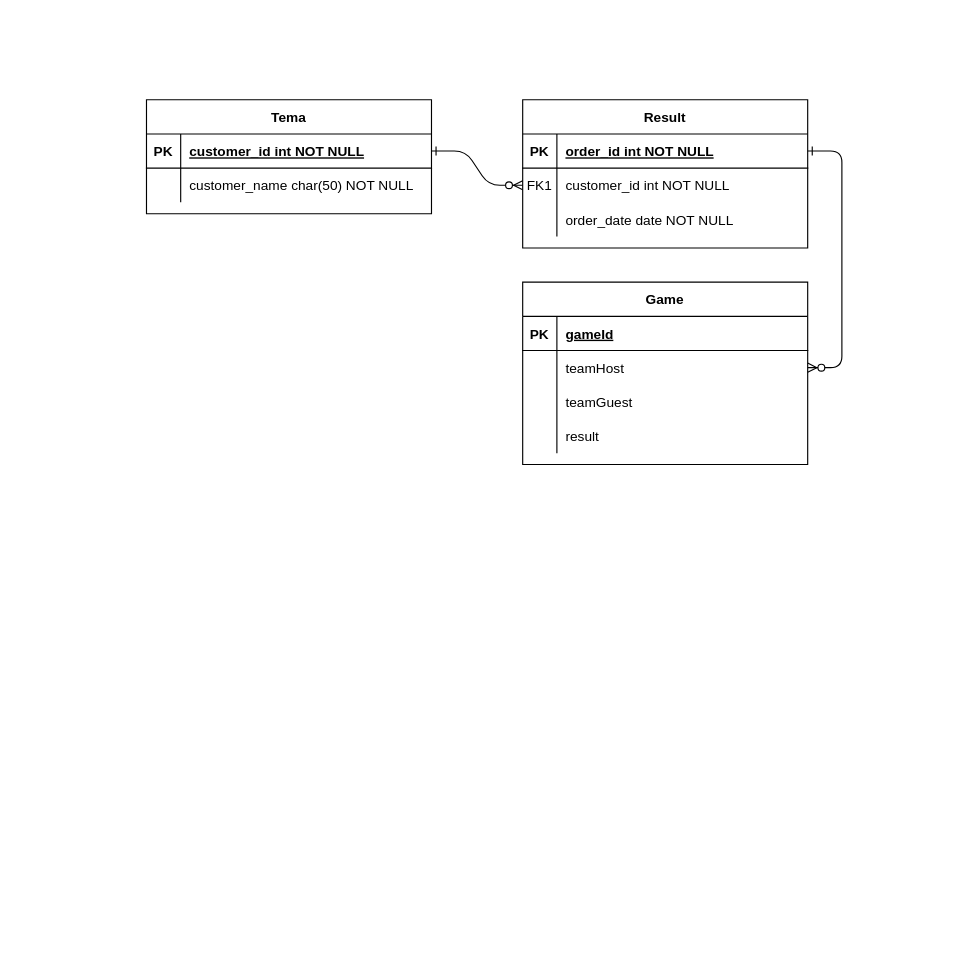
Earlier version of the draw.io diagram src/assets/Диаграмма без названия.drawio (TonyG89/VUE_TAILWIND_footballweekend). Source tidied: cells renumbered, new cells numbered last; positions are measured from the earlier drawing's top-left corner, leaving out a move shared by most shapes. Both pictures are drawn from the tidied source at 114%, with x=0, y=0 at pixel (146, 99).
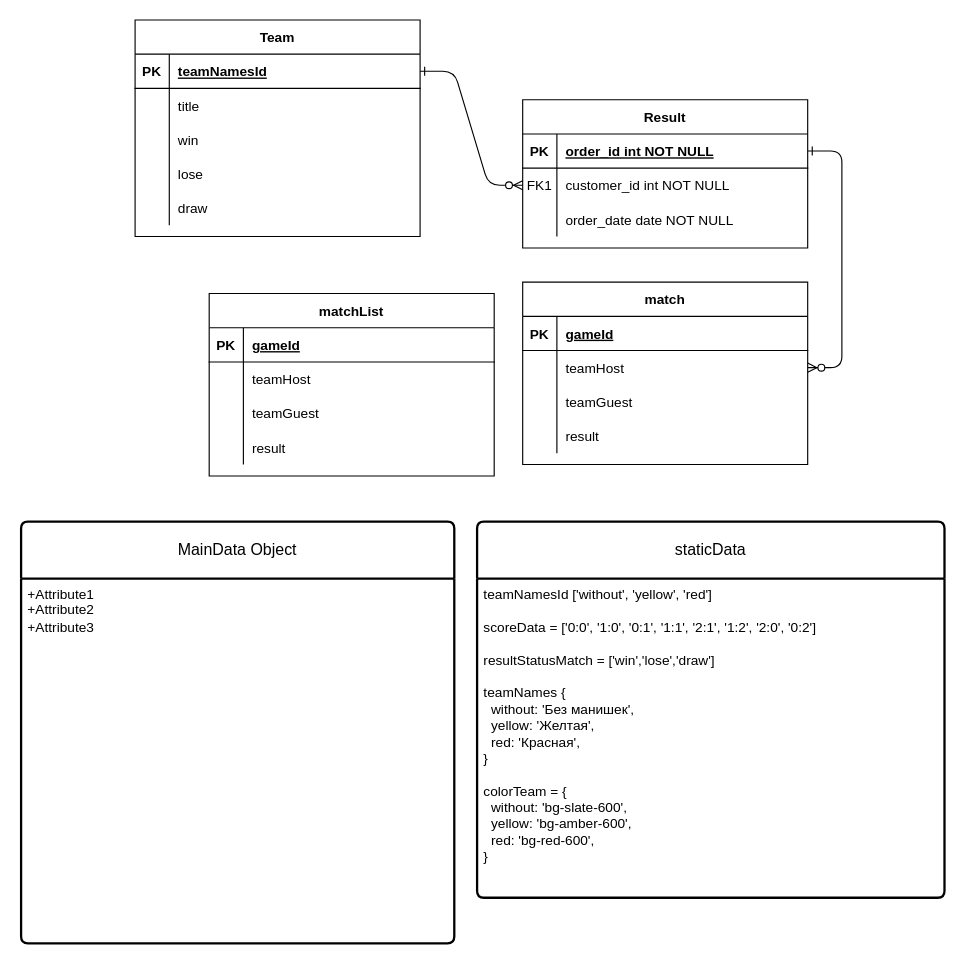
The same diagram, later.

The change refers to these unchanged cells:
```xml
<mxCell id="28" style="shape=partialRectangle;fillColor=none;points=[[0,0.5],[1,0.5]];portConstraint=eastwest;top=0;left=0;right=0;bottom=1;" parent="27" vertex="1">
  <mxGeometry y="30" width="250" height="30" as="geometry" />
</mxCell>
<mxCell id="31" style="shape=partialRectangle;fillColor=none;top=0;left=0;right=0;bottom=0;" parent="27" vertex="1">
  <mxGeometry y="60" width="250" height="30" as="geometry" />
</mxCell>
```

What changed in the source:
```diff
@@
-    <mxCell id="14" value="Game" style="shape=table;startSize=30;childLayout=tableLayout;rowLines=0;fontStyle=1;align=center;" parent="1" vertex="1">
+    <mxCell id="14" value="match" style="shape=table;startSize=30;childLayout=tableLayout;rowLines=0;fontStyle=1;align=center;" parent="1" vertex="1">
       <mxGeometry x="330" y="160" width="250" height="160" as="geometry" />
     </mxCell>
@@
-    <mxCell id="27" value="Tema" style="shape=table;startSize=30;childLayout=tableLayout;rowLines=0;fontStyle=1;align=center;" parent="1" vertex="1">
-      <mxGeometry width="250" height="100" as="geometry" />
+    <mxCell id="27" value="Team" style="shape=table;startSize=30;childLayout=tableLayout;rowLines=0;fontStyle=1;align=center;" parent="1" vertex="1">
+      <mxGeometry x="-10" y="-70" width="250" height="190" as="geometry" />
     </mxCell>
@@
-    <mxCell id="30" value="customer_id int NOT NULL " style="shape=partialRectangle;overflow=hidden;fillColor=none;top=0;left=0;bottom=0;right=0;align=left;spacingLeft=6;fontStyle=5;" parent="28" vertex="1">
+    <mxCell id="30" value="teamNamesId" style="shape=partialRectangle;overflow=hidden;fillColor=none;top=0;left=0;bottom=0;right=0;align=left;spacingLeft=6;fontStyle=5;" parent="28" vertex="1">
       <mxGeometry x="30" width="220" height="30" as="geometry" />
     </mxCell>
@@
-    <mxCell id="33" value="customer_name char(50) NOT NULL" style="shape=partialRectangle;overflow=hidden;fillColor=none;top=0;left=0;bottom=0;right=0;align=left;spacingLeft=6;" parent="31" vertex="1">
+    <mxCell id="33" value="title" style="shape=partialRectangle;overflow=hidden;fillColor=none;top=0;left=0;bottom=0;right=0;align=left;spacingLeft=6;" parent="31" vertex="1">
       <mxGeometry x="30" width="220" height="30" as="geometry" />
     </mxCell>
+    <mxCell id="34" style="shape=partialRectangle;fillColor=none;top=0;left=0;right=0;bottom=0;" parent="27" vertex="1">
+      <mxGeometry y="90" width="250" height="30" as="geometry" />
+    </mxCell>
+    <mxCell id="35" style="shape=partialRectangle;overflow=hidden;fillColor=none;top=0;left=0;bottom=0;right=0;" parent="34" vertex="1">
+      <mxGeometry width="30" height="30" as="geometry" />
+    </mxCell>
+    <mxCell id="36" value="win" style="shape=partialRectangle;overflow=hidden;fillColor=none;top=0;left=0;bottom=0;right=0;align=left;spacingLeft=6;" parent="34" vertex="1">
+      <mxGeometry x="30" width="220" height="30" as="geometry" />
+    </mxCell>
+    <mxCell id="37" style="shape=partialRectangle;fillColor=none;top=0;left=0;right=0;bottom=0;" parent="27" vertex="1">
+      <mxGeometry y="120" width="250" height="30" as="geometry" />
+    </mxCell>
+    <mxCell id="38" style="shape=partialRectangle;overflow=hidden;fillColor=none;top=0;left=0;bottom=0;right=0;" parent="37" vertex="1">
+      <mxGeometry width="30" height="30" as="geometry" />
+    </mxCell>
+    <mxCell id="39" value="lose" style="shape=partialRectangle;overflow=hidden;fillColor=none;top=0;left=0;bottom=0;right=0;align=left;spacingLeft=6;" parent="37" vertex="1">
+      <mxGeometry x="30" width="220" height="30" as="geometry" />
+    </mxCell>
+    <mxCell id="40" style="shape=partialRectangle;fillColor=none;top=0;left=0;right=0;bottom=0;" parent="27" vertex="1">
+      <mxGeometry y="150" width="250" height="30" as="geometry" />
+    </mxCell>
+    <mxCell id="41" style="shape=partialRectangle;overflow=hidden;fillColor=none;top=0;left=0;bottom=0;right=0;" parent="40" vertex="1">
+      <mxGeometry width="30" height="30" as="geometry" />
+    </mxCell>
+    <mxCell id="42" value="draw" style="shape=partialRectangle;overflow=hidden;fillColor=none;top=0;left=0;bottom=0;right=0;align=left;spacingLeft=6;" parent="40" vertex="1">
+      <mxGeometry x="30" width="220" height="30" as="geometry" />
+    </mxCell>
+    <mxCell id="43" value="matchList" style="shape=table;startSize=30;childLayout=tableLayout;rowLines=0;fontStyle=1;align=center;" parent="1" vertex="1">
+      <mxGeometry x="55" y="170" width="250" height="160" as="geometry" />
+    </mxCell>
+    <mxCell id="44" style="shape=partialRectangle;fillColor=none;top=0;left=0;right=0;bottom=1;" parent="43" vertex="1">
+      <mxGeometry y="30" width="250" height="30" as="geometry" />
+    </mxCell>
+    <mxCell id="45" value="PK" style="shape=partialRectangle;overflow=hidden;fillColor=none;top=0;left=0;bottom=0;right=0;fontStyle=1;" parent="44" vertex="1">
+      <mxGeometry width="30" height="30" as="geometry" />
+    </mxCell>
+    <mxCell id="46" value="gameId" style="shape=partialRectangle;overflow=hidden;fillColor=none;top=0;left=0;bottom=0;right=0;align=left;spacingLeft=6;fontStyle=5;" parent="44" vertex="1">
+      <mxGeometry x="30" width="220" height="30" as="geometry" />
+    </mxCell>
+    <mxCell id="47" style="shape=partialRectangle;fillColor=none;top=0;left=0;right=0;bottom=0;" parent="43" vertex="1">
+      <mxGeometry y="60" width="250" height="30" as="geometry" />
+    </mxCell>
+    <mxCell id="48" style="shape=partialRectangle;overflow=hidden;fillColor=none;top=0;left=0;bottom=0;right=0;" parent="47" vertex="1">
+      <mxGeometry width="30" height="30" as="geometry" />
+    </mxCell>
+    <mxCell id="49" value="teamHost" style="shape=partialRectangle;overflow=hidden;fillColor=none;top=0;left=0;bottom=0;right=0;align=left;spacingLeft=6;" parent="47" vertex="1">
+      <mxGeometry x="30" width="220" height="30" as="geometry" />
+    </mxCell>
+    <mxCell id="50" style="shape=partialRectangle;fillColor=none;top=0;left=0;right=0;bottom=0;" parent="43" vertex="1">
+      <mxGeometry y="90" width="250" height="30" as="geometry" />
+    </mxCell>
+    <mxCell id="51" style="shape=partialRectangle;overflow=hidden;fillColor=none;top=0;left=0;bottom=0;right=0;" parent="50" vertex="1">
+      <mxGeometry width="30" height="30" as="geometry" />
+    </mxCell>
+    <mxCell id="52" value="teamGuest" style="shape=partialRectangle;overflow=hidden;fillColor=none;top=0;left=0;bottom=0;right=0;align=left;spacingLeft=6;" parent="50" vertex="1">
+      <mxGeometry x="30" width="220" height="30" as="geometry" />
+    </mxCell>
+    <mxCell id="53" style="shape=partialRectangle;fillColor=none;top=0;left=0;right=0;bottom=0;" parent="43" vertex="1">
+      <mxGeometry y="120" width="250" height="30" as="geometry" />
+    </mxCell>
+    <mxCell id="54" style="shape=partialRectangle;overflow=hidden;fillColor=none;top=0;left=0;bottom=0;right=0;" parent="53" vertex="1">
+      <mxGeometry width="30" height="30" as="geometry" />
+    </mxCell>
+    <mxCell id="55" value="result" style="shape=partialRectangle;overflow=hidden;fillColor=none;top=0;left=0;bottom=0;right=0;align=left;spacingLeft=6;" parent="53" vertex="1">
+      <mxGeometry x="30" width="220" height="30" as="geometry" />
+    </mxCell>
+    <mxCell id="56" value="MainData Object" style="swimlane;horizontal=1;startSize=50;rounded=1;fontSize=14;fontStyle=0;strokeWidth=2;shadow=0;dashed=0;align=center;arcSize=4;whiteSpace=wrap;html=1;" parent="1" vertex="1">
+      <mxGeometry x="-110" y="370" width="380" height="370" as="geometry" />
+    </mxCell>
+    <mxCell id="57" value="+Attribute1&#10;+Attribute2&#10;+Attribute3" style="align=left;strokeColor=none;fillColor=none;spacingLeft=4;fontSize=12;verticalAlign=top;html=1;" parent="56" vertex="1">
+      <mxGeometry y="50" width="380" height="320" as="geometry" />
+    </mxCell>
+    <mxCell id="58" value="staticData" style="swimlane;horizontal=1;startSize=50;rounded=1;fontSize=14;fontStyle=0;strokeWidth=2;shadow=0;dashed=0;align=center;arcSize=4;whiteSpace=wrap;html=1;" parent="1" vertex="1">
+      <mxGeometry x="290" y="370" width="410" height="330" as="geometry" />
+    </mxCell>
+    <mxCell id="59" value="teamNamesId ['without', 'yellow', 'red']&lt;br&gt;&lt;br&gt;scoreData = ['0:0', '1:0', '0:1', '1:1', '2:1', '1:2', '2:0', '0:2']&lt;br&gt;&lt;br&gt;resultStatusMatch = ['win','lose','draw']&lt;br&gt;&lt;br&gt;teamNames&amp;nbsp;{&lt;div&gt;&amp;nbsp; without: 'Без манишек',&lt;/div&gt;&lt;div&gt;&amp;nbsp; yellow: 'Желтая',&lt;/div&gt;&lt;div&gt;&amp;nbsp; red: 'Красная',&lt;/div&gt;&lt;div&gt;}&lt;/div&gt;&lt;div&gt;&lt;br&gt;&lt;/div&gt;&lt;div&gt;&lt;div&gt;colorTeam = {&lt;/div&gt;&lt;div&gt;&amp;nbsp; without: 'bg-slate-600',&lt;/div&gt;&lt;div&gt;&amp;nbsp; yellow: 'bg-amber-600',&lt;/div&gt;&lt;div&gt;&amp;nbsp; red: 'bg-red-600',&lt;/div&gt;&lt;div&gt;}&lt;/div&gt;&lt;/div&gt;&lt;div&gt;&lt;br&gt;&lt;/div&gt;&lt;div&gt;&lt;br&gt;&lt;/div&gt;" style="align=left;strokeColor=none;fillColor=none;spacingLeft=4;fontSize=12;verticalAlign=top;html=1;" parent="58" vertex="1">
+      <mxGeometry y="50" width="410" height="280" as="geometry" />
+    </mxCell>
```
